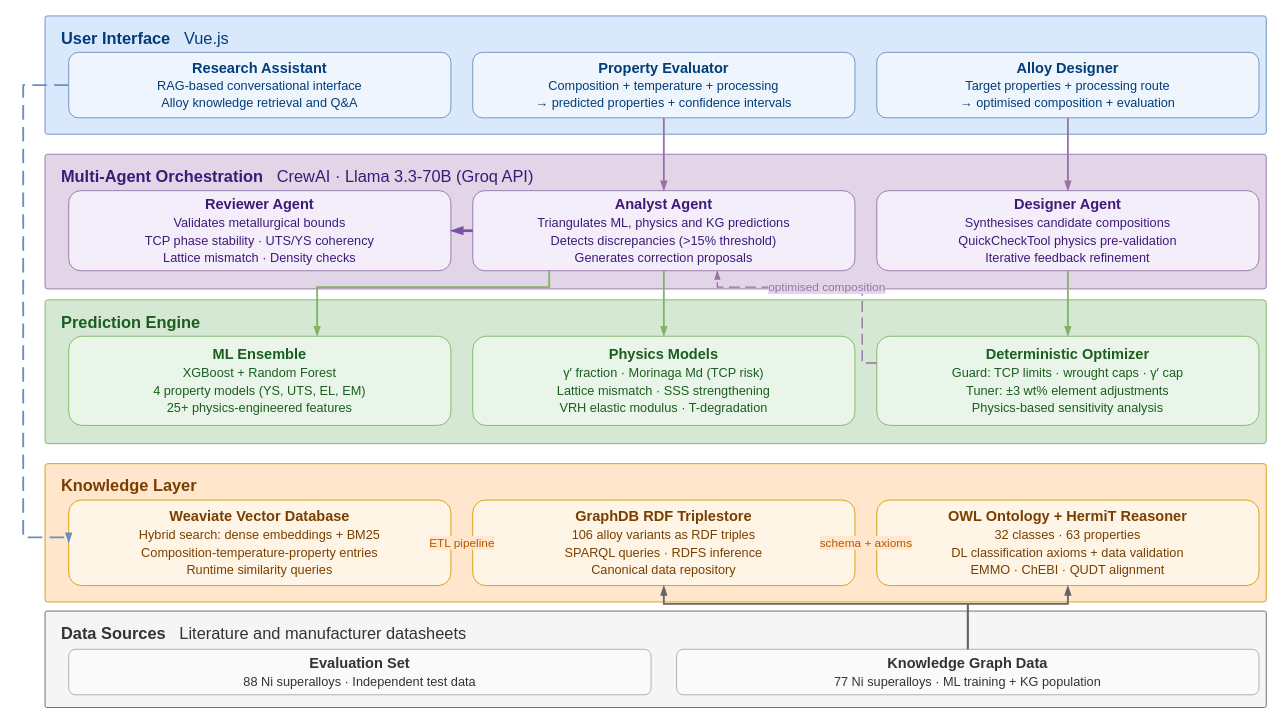
The draw.io diagram docs/paper/figures/fig1_system_architecture_big.drawio in AlexLecu/AlloyGraph, before the edit. Source tidied: cells renumbered, new cells numbered last; positions are measured from the earlier drawing's top-left corner, leaving out a move shared by most shapes. Both pictures are drawn from the tidied source at 91%, with x=0, y=0 at pixel (23, 15).
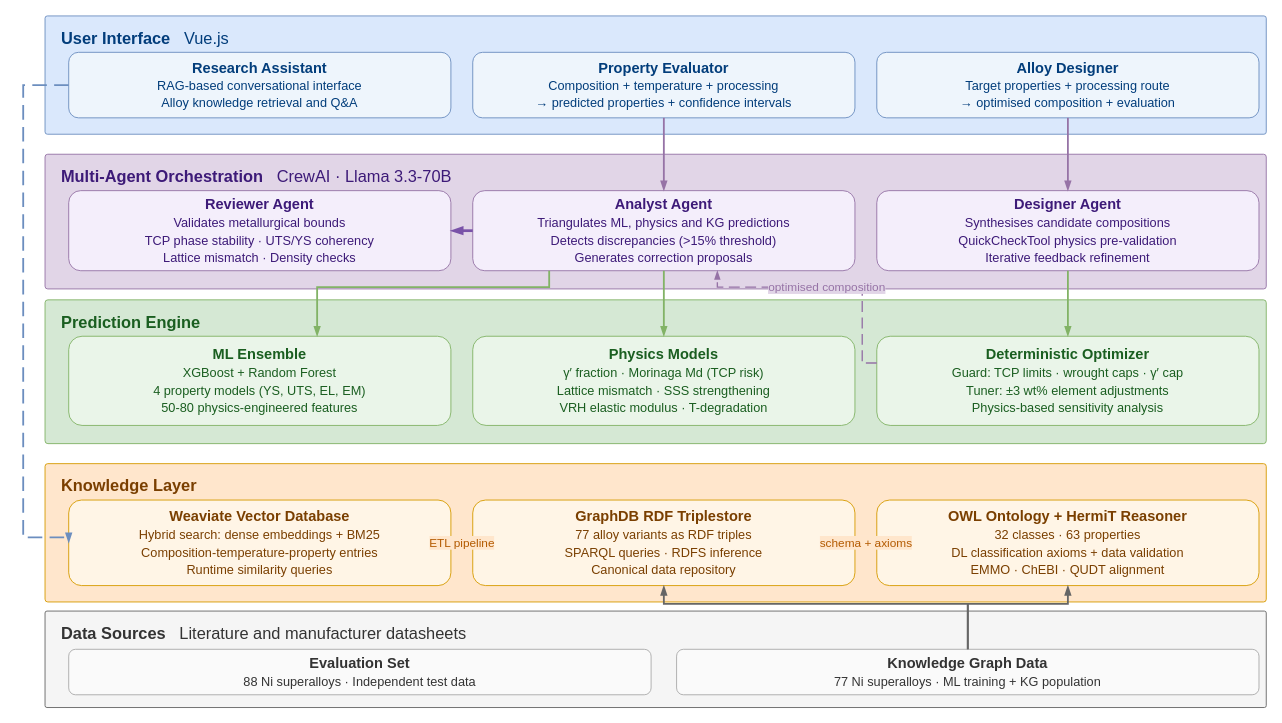
Above is the later version.

Commit message:
paper: correct three stale labels in the figure 1 source

What changed in the source:
```diff
@@
-    <mxCell id="6" value="&lt;b&gt;Multi-Agent Orchestration&lt;/b&gt; &amp;nbsp; CrewAI · Llama 3.3-70B (Groq API)" style="rounded=1;whiteSpace=wrap;html=1;fillColor=#e1d5e7;strokeColor=#9673a6;fontColor=#3d1a78;fontSize=18;verticalAlign=top;align=left;spacingLeft=16;spacingTop=8;arcSize=2;" parent="1" vertex="1">
+    <mxCell id="6" value="&lt;b&gt;Multi-Agent Orchestration&lt;/b&gt; &amp;nbsp; CrewAI · Llama 3.3-70B" style="rounded=1;whiteSpace=wrap;html=1;fillColor=#e1d5e7;strokeColor=#9673a6;fontColor=#3d1a78;fontSize=18;verticalAlign=top;align=left;spacingLeft=16;spacingTop=8;arcSize=2;" parent="1" vertex="1">
       <mxGeometry x="24" y="152" width="1342" height="148" as="geometry" />
     </mxCell>
@@
-    <mxCell id="12" value="&lt;b&gt;ML Ensemble&lt;/b&gt;&lt;br&gt;&lt;font style='font-size:14px'&gt;XGBoost + Random Forest&lt;br&gt;4 property models (YS, UTS, EL, EM)&lt;br&gt;25+ physics-engineered features&lt;/font&gt;" style="rounded=1;whiteSpace=wrap;html=1;fillColor=#eaf5e9;strokeColor=#82b366;fontColor=#1a5e20;fontSize=16;" parent="1" vertex="1">
+    <mxCell id="12" value="&lt;b&gt;ML Ensemble&lt;/b&gt;&lt;br&gt;&lt;font style='font-size:14px'&gt;XGBoost + Random Forest&lt;br&gt;4 property models (YS, UTS, EL, EM)&lt;br&gt;50-80 physics-engineered features&lt;/font&gt;" style="rounded=1;whiteSpace=wrap;html=1;fillColor=#eaf5e9;strokeColor=#82b366;fontColor=#1a5e20;fontSize=16;" parent="1" vertex="1">
       <mxGeometry x="50" y="352" width="420" height="98" as="geometry" />
     </mxCell>
@@
-    <mxCell id="17" value="&lt;b&gt;GraphDB RDF Triplestore&lt;/b&gt;&lt;br&gt;&lt;font style='font-size:14px'&gt;106 alloy variants as RDF triples&lt;br&gt;SPARQL queries · RDFS inference&lt;br&gt;Canonical data repository&lt;/font&gt;" style="rounded=1;whiteSpace=wrap;html=1;fillColor=#fff5e6;strokeColor=#d79b00;fontColor=#7a3f00;fontSize=16;" parent="1" vertex="1">
+    <mxCell id="17" value="&lt;b&gt;GraphDB RDF Triplestore&lt;/b&gt;&lt;br&gt;&lt;font style='font-size:14px'&gt;77 alloy variants as RDF triples&lt;br&gt;SPARQL queries · RDFS inference&lt;br&gt;Canonical data repository&lt;/font&gt;" style="rounded=1;whiteSpace=wrap;html=1;fillColor=#fff5e6;strokeColor=#d79b00;fontColor=#7a3f00;fontSize=16;" parent="1" vertex="1">
       <mxGeometry x="494" y="532" width="420" height="94" as="geometry" />
     </mxCell>
```
